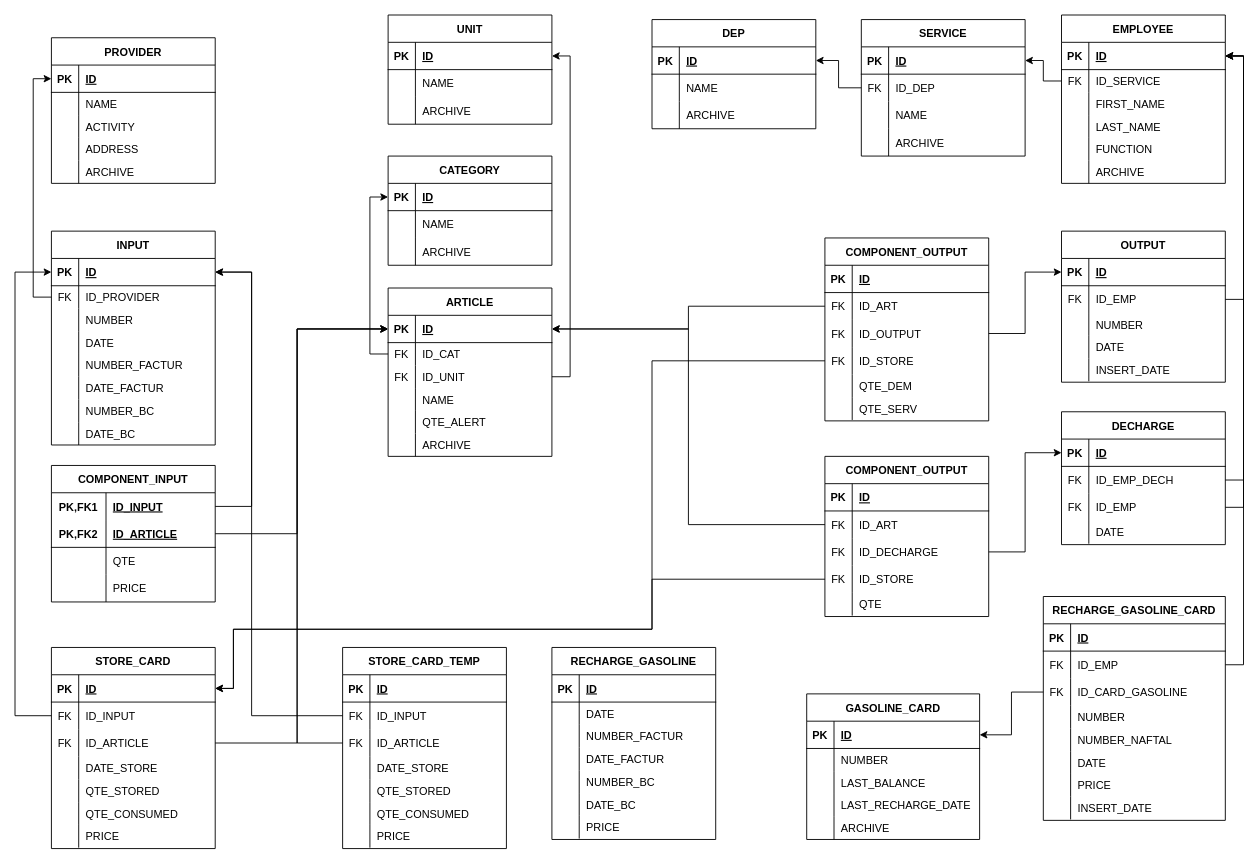
This is DiagrammeMagasinOpgi.drawio from moulayprogrammer/MagassinOpgi, a draw.io file, before an edit. Source tidied: cells renumbered, new cells numbered last; positions are measured from the earlier drawing's top-left corner, leaving out a move shared by most shapes. Both pictures are drawn from the tidied source at 91%, with x=0, y=0 at pixel (15, 15).
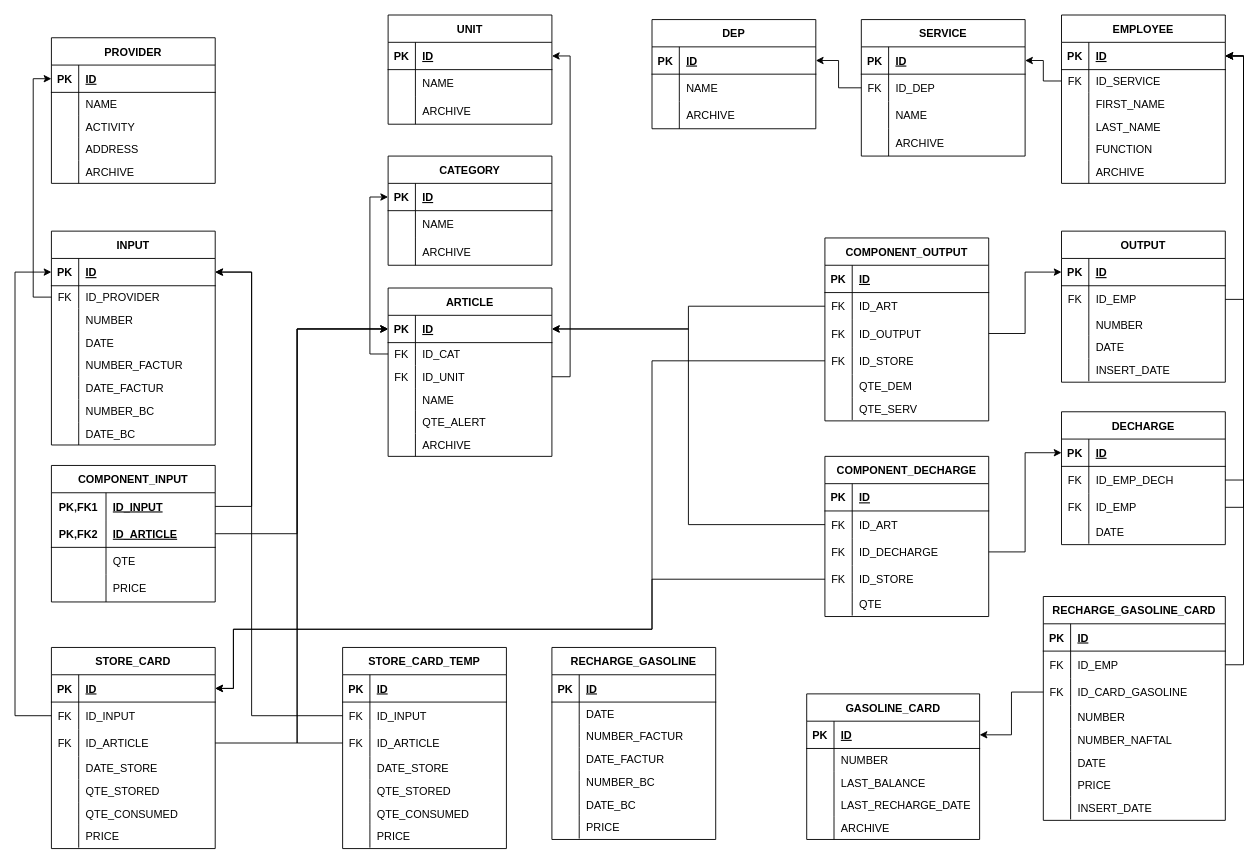
The same diagram, later.

Diff of the diagram source:
```diff
@@
-    <mxCell id="310" value="COMPONENT_OUTPUT" style="shape=table;startSize=30;childLayout=tableLayout;rowLines=0;fontStyle=1;align=center;" parent="1" vertex="1">
+    <mxCell id="310" value="COMPONENT_DECHARGE" style="shape=table;startSize=30;childLayout=tableLayout;rowLines=0;fontStyle=1;align=center;" parent="1" vertex="1">
       <mxGeometry x="890" y="485" width="180" height="176" as="geometry" />
     </mxCell>
```
